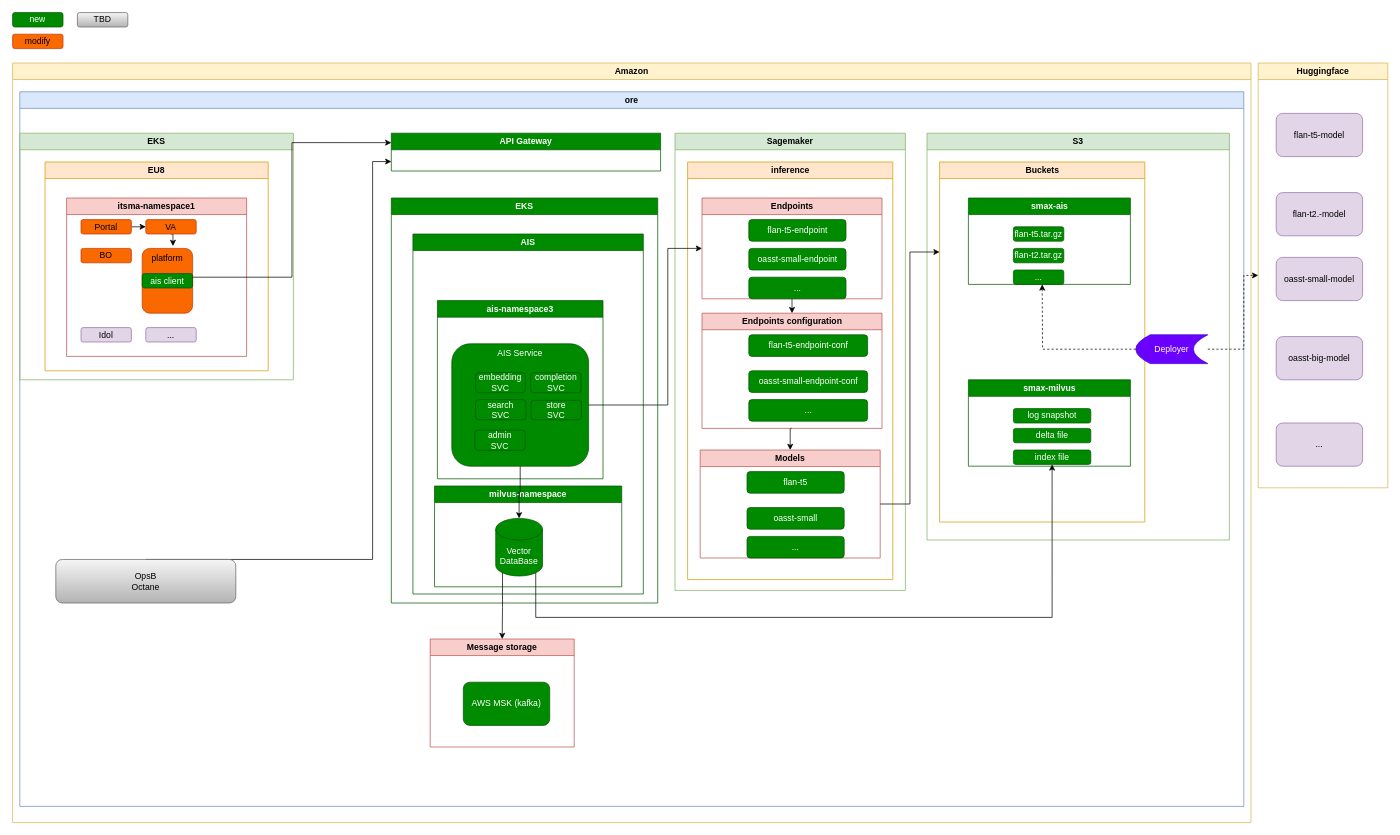
Before: LLM/topology.drawio in Ice-YcY/Diagram, a draw.io diagram. Source tidied: cells renumbered, new cells numbered last; positions are measured from the earlier drawing's top-left corner, leaving out a move shared by most shapes. Both pictures are drawn from the tidied source at 72%, with x=0, y=0 at pixel (12, 12).
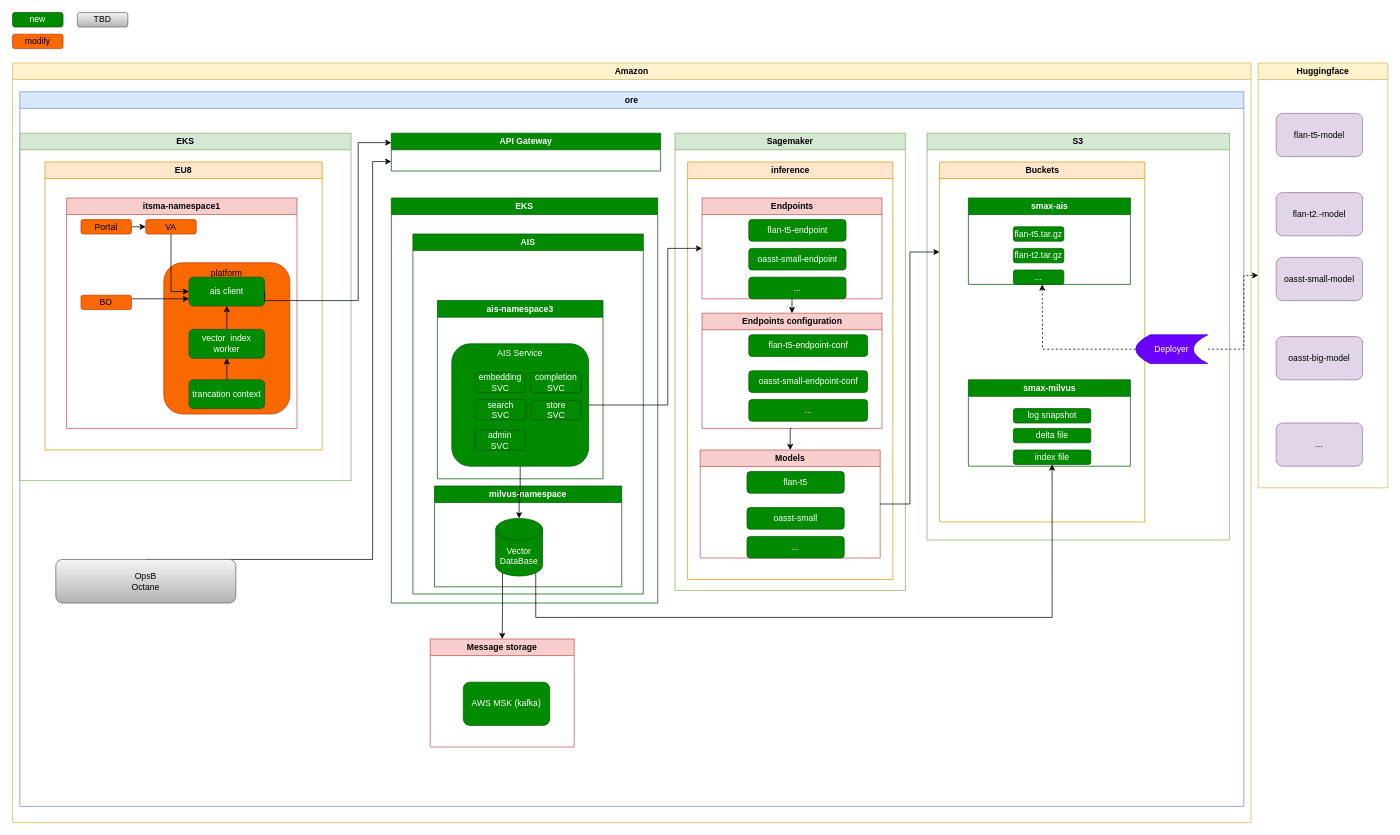
Above is the later version.

The change refers to these unchanged cells:
```xml
<mxCell id="12" value="ore" style="swimlane;whiteSpace=wrap;html=1;fillColor=#dae8fc;strokeColor=#6c8ebf;shadow=0;" parent="11" vertex="1">
  <mxGeometry x="10" y="40" width="1700" height="992.5" as="geometry" />
</mxCell>
<mxCell id="34" value="VA" style="rounded=1;whiteSpace=wrap;html=1;fillColor=#fa6800;strokeColor=#C73500;fontColor=#000000;" parent="31" vertex="1">
  <mxGeometry x="110" y="30" width="70" height="20" as="geometry" />
</mxCell>
<mxCell id="67" value="API Gateway" style="swimlane;whiteSpace=wrap;html=1;fillColor=#008a00;strokeColor=#005700;startSize=23;fontColor=#ffffff;" parent="12" vertex="1">
  <mxGeometry x="516" y="57.5" width="374" height="52.5" as="geometry" />
</mxCell>
```

Diff of the diagram source:
```diff
@@
     <mxCell id="29" value="EKS" style="swimlane;whiteSpace=wrap;html=1;fillColor=#d5e8d4;strokeColor=#82b366;" parent="12" vertex="1">
-      <mxGeometry y="57.5" width="380" height="342.5" as="geometry" />
+      <mxGeometry y="57.5" width="460" height="482.5" as="geometry" />
     </mxCell>
     <mxCell id="30" value="EU8" style="swimlane;whiteSpace=wrap;html=1;fillColor=#ffe6cc;strokeColor=#d79b00;" parent="29" vertex="1">
-      <mxGeometry x="35" y="40" width="310" height="290" as="geometry" />
+      <mxGeometry x="35" y="40" width="385" height="400" as="geometry" />
     </mxCell>
     <mxCell id="31" value="itsma-namespace1" style="swimlane;whiteSpace=wrap;html=1;fillColor=#f8cecc;strokeColor=#b85450;" parent="30" vertex="1">
-      <mxGeometry x="30" y="50" width="250" height="220" as="geometry" />
+      <mxGeometry x="30" y="50" width="320" height="320" as="geometry" />
     </mxCell>
     <mxCell id="32" value="platform" style="rounded=1;whiteSpace=wrap;html=1;fillColor=#fa6800;strokeColor=#C73500;fontColor=#000000;verticalAlign=top;" parent="31" vertex="1">
-      <mxGeometry x="105" y="70" width="70" height="90" as="geometry" />
+      <mxGeometry x="135" y="90" width="175" height="210" as="geometry" />
     </mxCell>
-    <mxCell id="33" style="edgeStyle=orthogonalEdgeStyle;rounded=0;jettySize=auto;html=1;exitX=0.5;exitY=1;exitDx=0;exitDy=0;entryX=0.61;entryY=-0.037;entryDx=0;entryDy=0;entryPerimeter=0;" parent="31" edge="1" source="34" target="32">
-      <mxGeometry relative="1" as="geometry" />
-    </mxCell>
+    <mxCell id="76" style="edgeStyle=orthogonalEdgeStyle;rounded=0;jettySize=auto;html=1;exitX=0.5;exitY=1;exitDx=0;exitDy=0;entryX=0;entryY=0.5;entryDx=0;entryDy=0;" parent="31" edge="1" source="34" target="36">
+      <mxGeometry relative="1" as="geometry" />
+    </mxCell>
@@
-    <mxCell id="35" value="Idol" style="rounded=1;whiteSpace=wrap;html=1;fillColor=#e1d5e7;strokeColor=#9673a6;" parent="31" vertex="1">
-      <mxGeometry x="20" y="180" width="70" height="20" as="geometry" />
-    </mxCell>
     <mxCell id="36" value="ais client" style="rounded=1;whiteSpace=wrap;html=1;fillColor=#008a00;strokeColor=#005700;fontColor=#ffffff;" parent="31" vertex="1">
-      <mxGeometry x="105" y="105" width="70" height="20" as="geometry" />
+      <mxGeometry x="170" y="110" width="105" height="40" as="geometry" />
     </mxCell>
@@
-    <mxCell id="39" value="..." style="rounded=1;whiteSpace=wrap;html=1;fillColor=#e1d5e7;strokeColor=#9673a6;" parent="31" vertex="1">
-      <mxGeometry x="110" y="180" width="70" height="20" as="geometry" />
-    </mxCell>
+    <mxCell id="77" style="edgeStyle=orthogonalEdgeStyle;rounded=0;jettySize=auto;html=1;exitX=1;exitY=0.25;exitDx=0;exitDy=0;entryX=0;entryY=0.75;entryDx=0;entryDy=0;" parent="31" edge="1" source="40" target="36">
+      <mxGeometry relative="1" as="geometry" />
+    </mxCell>
     <mxCell id="40" value="BO" style="rounded=1;whiteSpace=wrap;html=1;fillColor=#fa6800;strokeColor=#C73500;fontColor=#000000;" parent="31" vertex="1">
-      <mxGeometry x="20" y="70" width="70" height="20" as="geometry" />
+      <mxGeometry x="20" y="135" width="70" height="20" as="geometry" />
     </mxCell>
+    <mxCell id="78" style="edgeStyle=orthogonalEdgeStyle;rounded=0;jettySize=auto;html=1;exitX=0.5;exitY=0;exitDx=0;exitDy=0;entryX=0.5;entryY=1;entryDx=0;entryDy=0;" parent="31" edge="1" source="79" target="36">
+      <mxGeometry relative="1" as="geometry" />
+    </mxCell>
+    <mxCell id="79" value="vector&amp;nbsp; index worker" style="rounded=1;whiteSpace=wrap;html=1;fillColor=#008a00;strokeColor=#005700;fontColor=#ffffff;" parent="31" vertex="1">
+      <mxGeometry x="170" y="182.5" width="105" height="40" as="geometry" />
+    </mxCell>
+    <mxCell id="80" style="edgeStyle=orthogonalEdgeStyle;rounded=0;jettySize=auto;html=1;exitX=0.5;exitY=0;exitDx=0;exitDy=0;entryX=0.5;entryY=1;entryDx=0;entryDy=0;" parent="31" edge="1" source="81" target="79">
+      <mxGeometry relative="1" as="geometry" />
+    </mxCell>
+    <mxCell id="81" value="trancation context" style="rounded=1;whiteSpace=wrap;html=1;fillColor=#008a00;strokeColor=#005700;fontColor=#ffffff;" parent="31" vertex="1">
+      <mxGeometry x="170" y="252.5" width="105" height="40" as="geometry" />
+    </mxCell>
@@
-    <mxCell id="74" style="edgeStyle=orthogonalEdgeStyle;rounded=0;jettySize=auto;html=1;exitX=1;exitY=0.25;exitDx=0;exitDy=0;entryX=0;entryY=0.25;entryDx=0;entryDy=0;" parent="12" edge="1" source="36" target="67">
-      <mxGeometry relative="1" as="geometry" />
+    <mxCell id="74" style="edgeStyle=orthogonalEdgeStyle;rounded=0;jettySize=auto;html=1;entryX=0;entryY=0.25;entryDx=0;entryDy=0;exitX=1;exitY=0.5;exitDx=0;exitDy=0;" parent="12" edge="1" source="36" target="67">
+      <mxGeometry relative="1" as="geometry">
+        <Array as="points">
+          <mxPoint x="470" y="290" />
+          <mxPoint x="470" y="71" />
+        </Array>
+      </mxGeometry>
     </mxCell>
```
